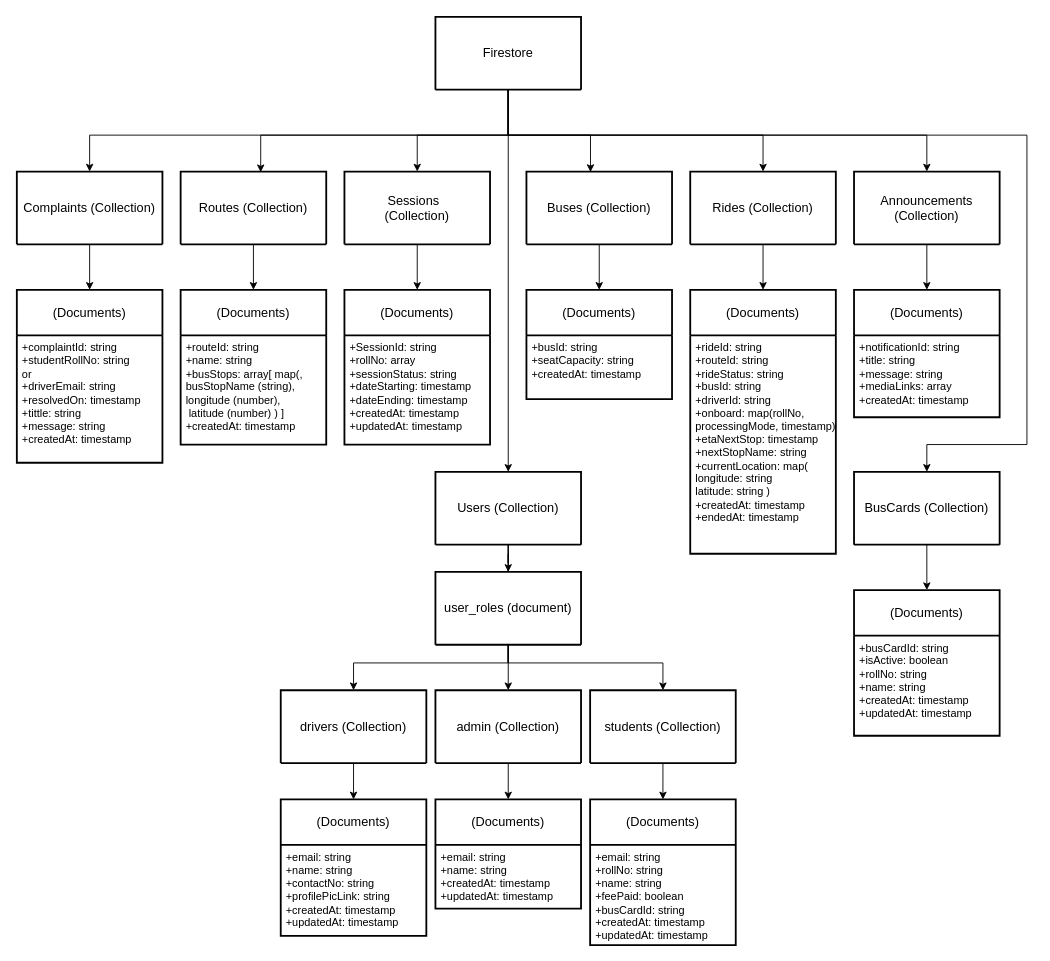
Above: NTU Ride Pilot/Documentation/Diagrams/Database Design/database.drawio in Abubakar-doc/FYP-24-SE-A-204 (draw.io), before the change. Source tidied: cells renumbered, new cells numbered last; positions are measured from the earlier drawing's top-left corner, leaving out a move shared by most shapes. Both pictures are drawn from the tidied source at 91%, with x=0, y=0 at pixel (16, 16).
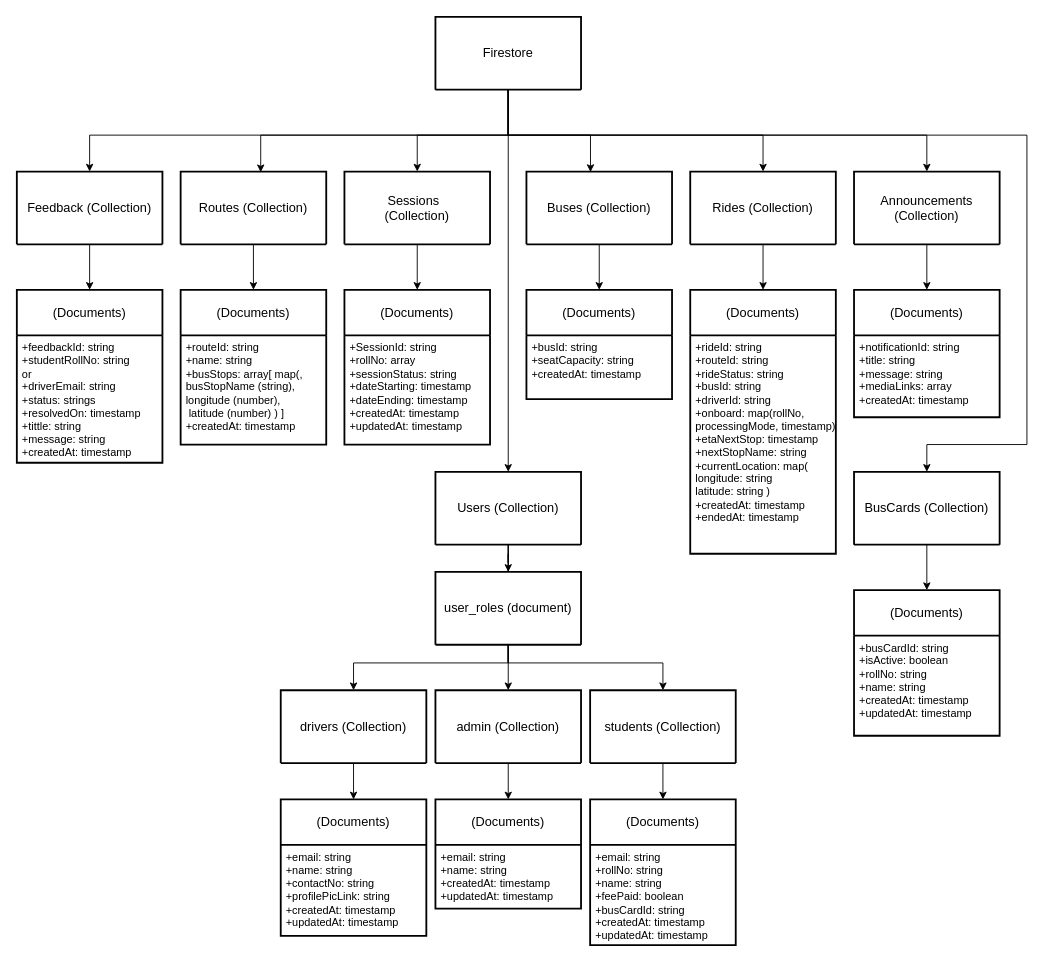
The same page after the edit.

The change refers to these unchanged cells:
```xml
<mxCell id="64" value="(Documents)" style="swimlane;horizontal=1;startSize=50;rounded=0;fontSize=14;fontStyle=0;strokeWidth=2;shadow=0;dashed=0;align=center;arcSize=4;whiteSpace=wrap;html=1;" parent="1" vertex="1">
  <mxGeometry y="300" width="160" height="190" as="geometry" />
</mxCell>
```

The edit, as a diff of the source:
```diff
@@
-    <mxCell id="62" value="Complaints (Collection)" style="swimlane;horizontal=1;startSize=110;rounded=1;fontSize=14;fontStyle=0;strokeWidth=2;shadow=0;dashed=0;align=center;arcSize=4;whiteSpace=wrap;html=1;" parent="1" vertex="1">
+    <mxCell id="62" value="Feedback (Collection)" style="swimlane;horizontal=1;startSize=110;rounded=1;fontSize=14;fontStyle=0;strokeWidth=2;shadow=0;dashed=0;align=center;arcSize=4;whiteSpace=wrap;html=1;" parent="1" vertex="1">
       <mxGeometry y="170" width="160" height="80" as="geometry" />
     </mxCell>
@@
-    <mxCell id="65" value="&lt;div&gt;+complaintId: string&lt;/div&gt;&lt;div&gt;+studentRollNo: string&lt;/div&gt;&lt;div&gt;or&lt;/div&gt;&lt;div&gt;+driverEmail: string&lt;/div&gt;&lt;div&gt;+resolvedOn: timestamp&lt;/div&gt;&lt;div&gt;+tittle: string&lt;/div&gt;&lt;div&gt;+message: string&lt;/div&gt;&lt;div&gt;      +createdAt: &lt;span class=&quot;hljs-type&quot;&gt;timestamp&lt;/span&gt;&lt;/div&gt;" style="align=left;strokeColor=none;fillColor=none;spacingLeft=4;fontSize=12;verticalAlign=top;html=1;rounded=0;" parent="64" vertex="1">
+    <mxCell id="65" value="&lt;div&gt;+feedbackId: string&lt;/div&gt;&lt;div&gt;+studentRollNo: string&lt;/div&gt;&lt;div&gt;or&lt;/div&gt;&lt;div&gt;+driverEmail: string&lt;/div&gt;&lt;div&gt;+status: strings&amp;nbsp;&lt;/div&gt;&lt;div&gt;+resolvedOn: timestamp&lt;/div&gt;&lt;div&gt;+tittle: string&lt;/div&gt;&lt;div&gt;+message: string&lt;/div&gt;&lt;div&gt;      +createdAt: &lt;span class=&quot;hljs-type&quot;&gt;timestamp&lt;/span&gt;&lt;/div&gt;" style="align=left;strokeColor=none;fillColor=none;spacingLeft=4;fontSize=12;verticalAlign=top;html=1;rounded=0;" parent="64" vertex="1">
       <mxGeometry y="50" width="160" height="140" as="geometry" />
     </mxCell>
```
